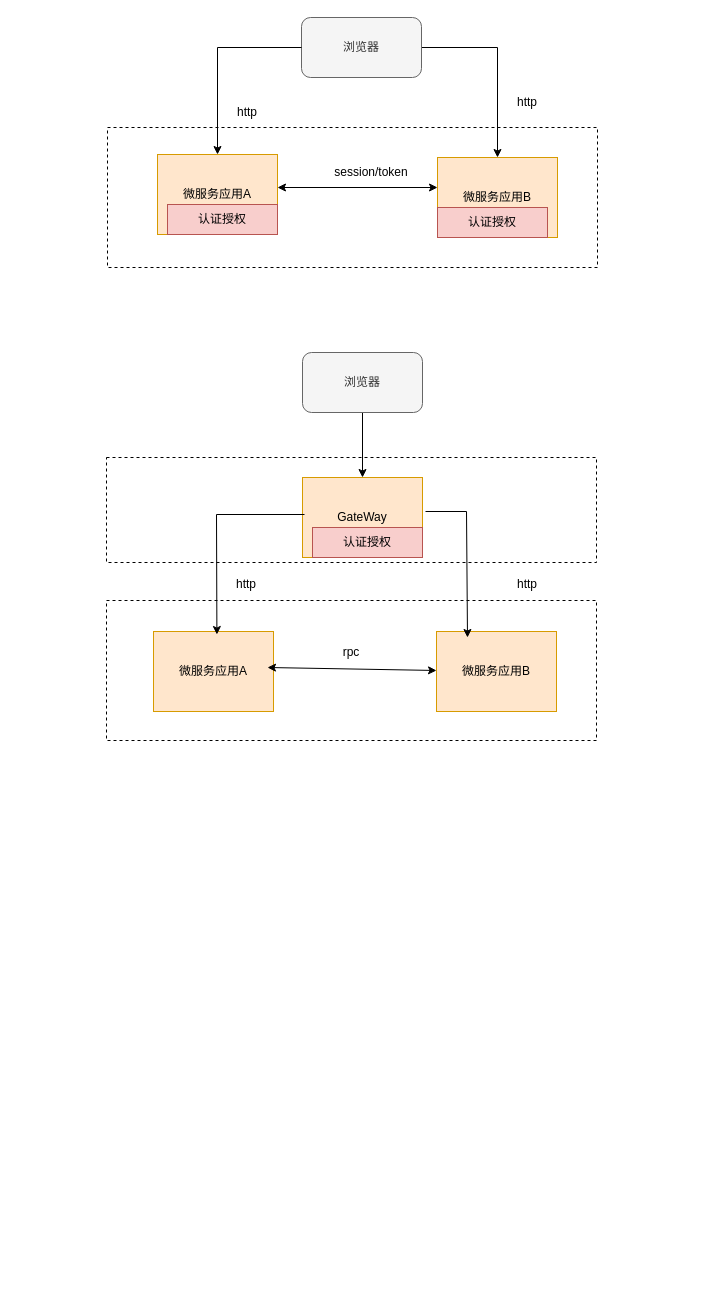
Above: gate.drawio in evilbinary/data (draw.io), before the change. Source tidied: cells renumbered, new cells numbered last; positions are measured from the earlier drawing's top-left corner, leaving out a move shared by most shapes. Both pictures are drawn from the tidied source at 100%, with x=0, y=0 at pixel (106, 17).
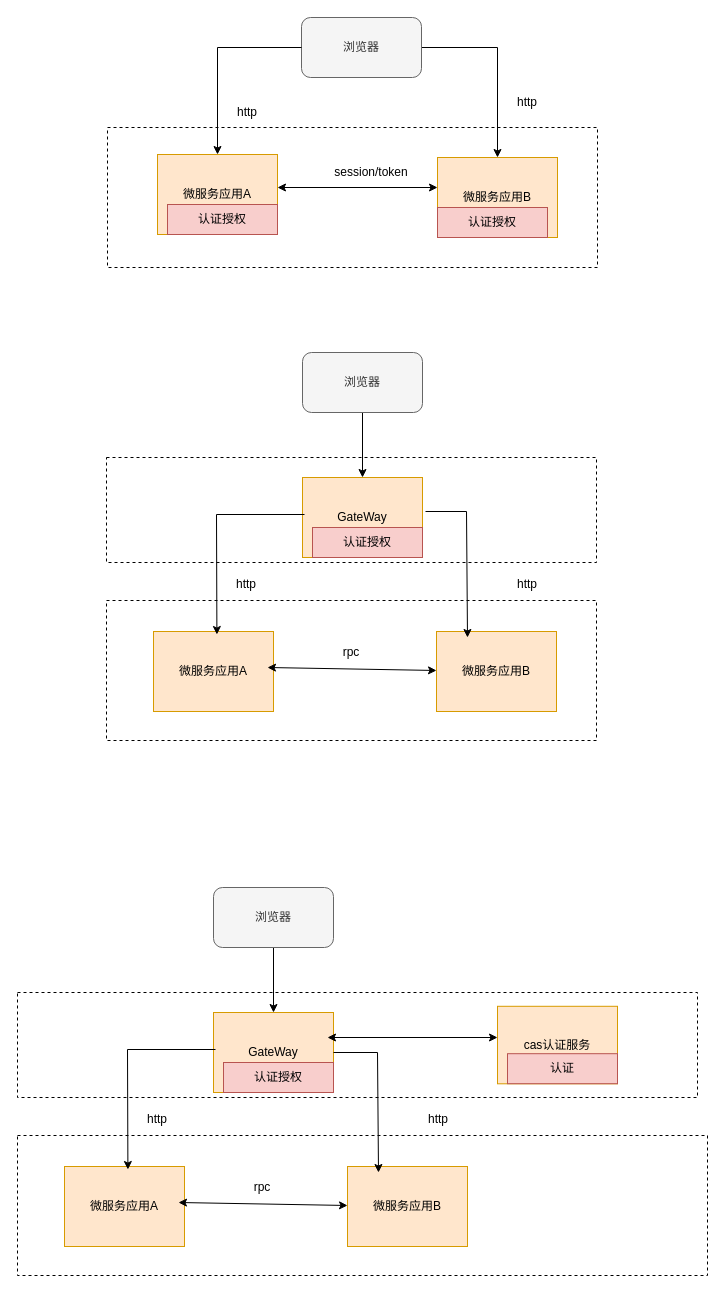
After the change.

Diff of the diagram source:
```diff
@@
+    <mxCell id="28" style="rounded=0;whiteSpace=wrap;html=1;dashed=1;" parent="1" vertex="1">
+      <mxGeometry x="-89" y="975" width="680" height="105" as="geometry" />
+    </mxCell>
+    <mxCell id="29" style="rounded=0;whiteSpace=wrap;html=1;dashed=1;" parent="1" vertex="1">
+      <mxGeometry x="-89" y="1118" width="690" height="140" as="geometry" />
+    </mxCell>
+    <mxCell id="30" style="edgeStyle=orthogonalEdgeStyle;rounded=0;jettySize=auto;html=1;" parent="1" edge="1" source="31" target="36">
+      <mxGeometry relative="1" as="geometry" />
+    </mxCell>
+    <mxCell id="31" value="浏览器" style="rounded=1;whiteSpace=wrap;html=1;fillColor=#f5f5f5;fontColor=#333333;strokeColor=#666666;" parent="1" vertex="1">
+      <mxGeometry x="107" y="870" width="120" height="60" as="geometry" />
+    </mxCell>
+    <mxCell id="32" value="微服务应用A" style="rounded=0;whiteSpace=wrap;html=1;fillColor=#ffe6cc;strokeColor=#d79b00;" parent="1" vertex="1">
+      <mxGeometry x="-42" y="1149" width="120" height="80" as="geometry" />
+    </mxCell>
+    <mxCell id="33" value="微服务应用B" style="rounded=0;whiteSpace=wrap;html=1;fillColor=#ffe6cc;strokeColor=#d79b00;" parent="1" vertex="1">
+      <mxGeometry x="241" y="1149" width="120" height="80" as="geometry" />
+    </mxCell>
+    <mxCell id="34" value="http" style="text;html=1;strokeColor=none;fillColor=none;align=center;verticalAlign=middle;whiteSpace=wrap;rounded=0;" parent="1" vertex="1">
+      <mxGeometry x="21" y="1087" width="60" height="30" as="geometry" />
+    </mxCell>
+    <mxCell id="35" value="http" style="text;html=1;strokeColor=none;fillColor=none;align=center;verticalAlign=middle;whiteSpace=wrap;rounded=0;" parent="1" vertex="1">
+      <mxGeometry x="302" y="1087" width="60" height="30" as="geometry" />
+    </mxCell>
+    <mxCell id="36" value="GateWay" style="rounded=0;whiteSpace=wrap;html=1;fillColor=#ffe6cc;strokeColor=#d79b00;" parent="1" vertex="1">
+      <mxGeometry x="107" y="995" width="120" height="80" as="geometry" />
+    </mxCell>
+    <mxCell id="37" value="认证授权" style="rounded=0;whiteSpace=wrap;html=1;fillColor=#f8cecc;strokeColor=#b85450;" parent="1" vertex="1">
+      <mxGeometry x="117" y="1045" width="110" height="30" as="geometry" />
+    </mxCell>
+    <mxCell id="38" style="endArrow=classic;startArrow=classic;html=1;rounded=0;" parent="1" edge="1">
+      <mxGeometry relative="1" as="geometry">
+        <mxPoint x="72" y="1185" as="sourcePoint" />
+        <mxPoint x="241" y="1188" as="targetPoint" />
+      </mxGeometry>
+    </mxCell>
+    <mxCell id="39" value="rpc" style="text;html=1;strokeColor=none;fillColor=none;align=center;verticalAlign=middle;whiteSpace=wrap;rounded=0;" parent="1" vertex="1">
+      <mxGeometry x="126" y="1155" width="60" height="30" as="geometry" />
+    </mxCell>
+    <mxCell id="40" style="endArrow=classic;html=1;rounded=0;exitX=0.017;exitY=0.425;exitDx=0;exitDy=0;exitPerimeter=0;" parent="1" edge="1">
+      <mxGeometry relative="1" as="geometry">
+        <mxPoint x="109" y="1032" as="sourcePoint" />
+        <mxPoint x="21.4" y="1152" as="targetPoint" />
+        <Array as="points">
+          <mxPoint x="21" y="1032" />
+        </Array>
+      </mxGeometry>
+    </mxCell>
+    <mxCell id="41" style="endArrow=classic;html=1;rounded=0;" parent="1" edge="1" source="36">
+      <mxGeometry relative="1" as="geometry">
+        <mxPoint x="272" y="1155" as="targetPoint" />
+        <Array as="points">
+          <mxPoint x="271" y="1035" />
+        </Array>
+      </mxGeometry>
+    </mxCell>
+    <mxCell id="42" value="cas认证服务" style="rounded=0;whiteSpace=wrap;html=1;fillColor=#ffe6cc;strokeColor=#d79b00;" parent="1" vertex="1">
+      <mxGeometry x="391" y="988.8" width="120" height="77.5" as="geometry" />
+    </mxCell>
+    <mxCell id="43" style="endArrow=classic;startArrow=classic;html=1;rounded=0;" parent="1" edge="1">
+      <mxGeometry relative="1" as="geometry">
+        <mxPoint x="221" y="1020" as="sourcePoint" />
+        <mxPoint x="391" y="1020" as="targetPoint" />
+      </mxGeometry>
+    </mxCell>
+    <mxCell id="44" value="认证" style="rounded=0;whiteSpace=wrap;html=1;fillColor=#f8cecc;strokeColor=#b85450;" parent="1" vertex="1">
+      <mxGeometry x="401" y="1036.2" width="110" height="30" as="geometry" />
+    </mxCell>
```
